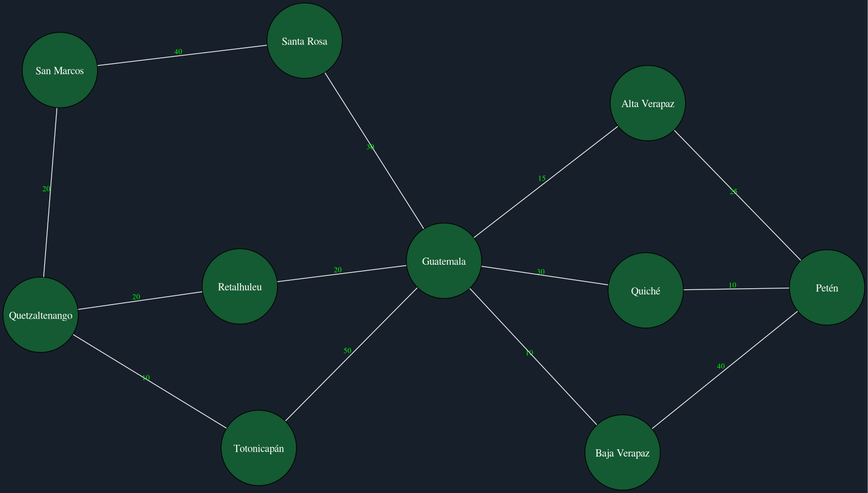
Marco131-xel/Edd_Proyecto2 keeps this Graphviz diagram as Rapidito/Mapa.png. Above is the earlier version. Its source is kept beside it as Rapidito/Mapa.dot.
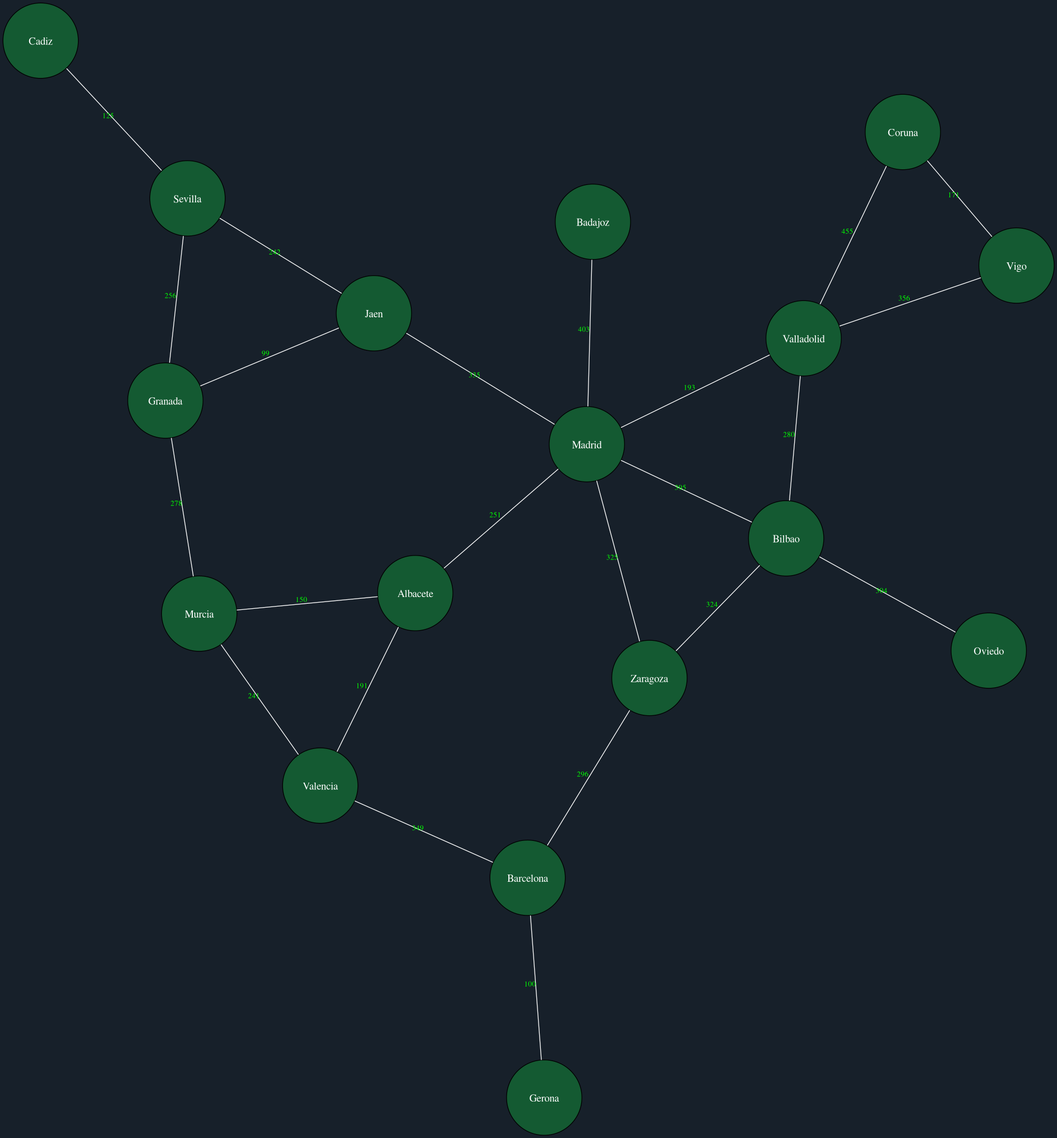
Above is the later version.

What changed in the source:
```diff
@@ -5,17 +5,27 @@
   splines=true;
   overlap=false;
   layout=neato;
-  "Quetzaltenango" -- "Retalhuleu" [label="20", fontsize=10, fontcolor="green"];
-  "Quetzaltenango" -- "Totonicapán" [label="10", fontsize=10, fontcolor="green"];
-  "Quetzaltenango" -- "San Marcos" [label="20", fontsize=10, fontcolor="green"];
-  "Alta Verapaz" -- "Petén" [label="25", fontsize=10, fontcolor="green"];
-  "Alta Verapaz" -- "Guatemala" [label="15", fontsize=10, fontcolor="green"];
-  "Petén" -- "Quiché" [label="10", fontsize=10, fontcolor="green"];
-  "Guatemala" -- "Retalhuleu" [label="20", fontsize=10, fontcolor="green"];
-  "Guatemala" -- "Totonicapán" [label="50", fontsize=10, fontcolor="green"];
-  "Guatemala" -- "Santa Rosa" [label="30", fontsize=10, fontcolor="green"];
-  "Guatemala" -- "Quiché" [label="30", fontsize=10, fontcolor="green"];
-  "Baja Verapaz" -- "Guatemala" [label="10", fontsize=10, fontcolor="green"];
-  "Baja Verapaz" -- "Petén" [label="40", fontsize=10, fontcolor="green"];
-  "San Marcos" -- "Santa Rosa" [label="40", fontsize=10, fontcolor="green"];
+  "Cadiz" -- "Sevilla" [label="125", fontsize=10, fontcolor="green"];
+  "Granada" -- "Sevilla" [label="256", fontsize=10, fontcolor="green"];
+  "Granada" -- "Jaen" [label="99", fontsize=10, fontcolor="green"];
+  "Granada" -- "Murcia" [label="278", fontsize=10, fontcolor="green"];
+  "Jaen" -- "Sevilla" [label="242", fontsize=10, fontcolor="green"];
+  "Jaen" -- "Madrid" [label="335", fontsize=10, fontcolor="green"];
+  "Murcia" -- "Valencia" [label="241", fontsize=10, fontcolor="green"];
+  "Madrid" -- "Zaragoza" [label="325", fontsize=10, fontcolor="green"];
+  "Madrid" -- "Valladolid" [label="193", fontsize=10, fontcolor="green"];
+  "Albacete" -- "Murcia" [label="150", fontsize=10, fontcolor="green"];
+  "Albacete" -- "Valencia" [label="191", fontsize=10, fontcolor="green"];
+  "Albacete" -- "Madrid" [label="251", fontsize=10, fontcolor="green"];
+  "Barcelona" -- "Valencia" [label="349", fontsize=10, fontcolor="green"];
+  "Barcelona" -- "Gerona" [label="100", fontsize=10, fontcolor="green"];
+  "Barcelona" -- "Zaragoza" [label="296", fontsize=10, fontcolor="green"];
+  "Badajoz" -- "Madrid" [label="403", fontsize=10, fontcolor="green"];
+  "Valladolid" -- "Vigo" [label="356", fontsize=10, fontcolor="green"];
+  "Coruna" -- "Valladolid" [label="455", fontsize=10, fontcolor="green"];
+  "Coruna" -- "Vigo" [label="171", fontsize=10, fontcolor="green"];
+  "Bilbao" -- "Valladolid" [label="280", fontsize=10, fontcolor="green"];
+  "Bilbao" -- "Madrid" [label="395", fontsize=10, fontcolor="green"];
+  "Bilbao" -- "Zaragoza" [label="324", fontsize=10, fontcolor="green"];
+  "Bilbao" -- "Oviedo" [label="304", fontsize=10, fontcolor="green"];
 }
```
